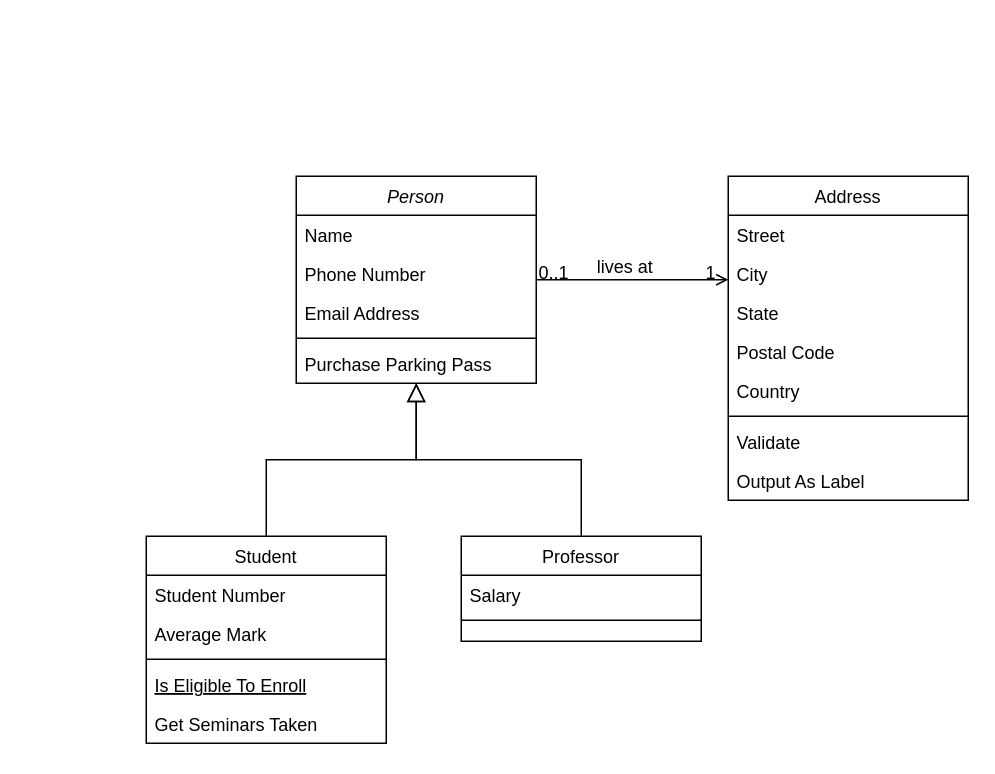
The draw.io diagram Diagramme sans nom.drawio in ItsTimonExe/BeyBey, before the edit. Source tidied: cells renumbered, new cells numbered last; positions are measured from the earlier drawing's top-left corner, leaving out a move shared by most shapes. Both pictures are drawn from the tidied source at 150%, with x=0, y=0 at pixel (146, 176).
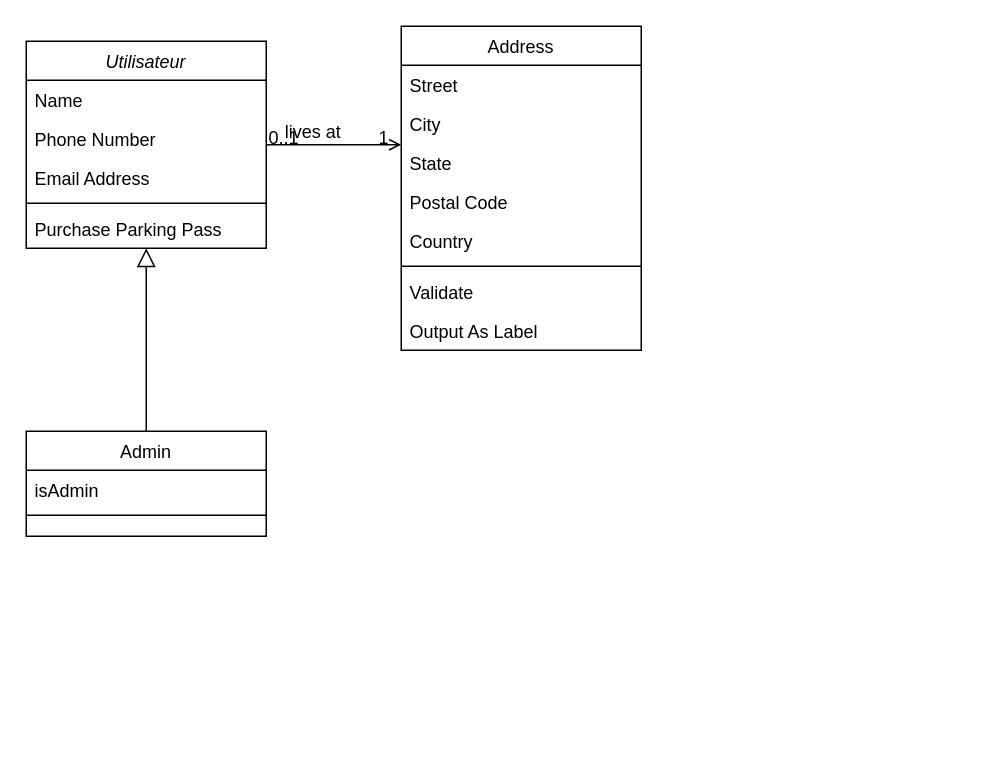
The same diagram, later.

Commit message:
Mettre à jour Diagramme sans nom.drawio

What changed in the source:
```diff
@@
-    <mxCell id="2" value="Person" style="swimlane;fontStyle=2;align=center;verticalAlign=top;horizontal=1;startSize=26;rounded=0;shadow=0;strokeWidth=1;" parent="1" vertex="1">
-      <mxGeometry x="100" width="160" height="138" as="geometry" />
+    <mxCell id="2" value="Utilisateur" style="swimlane;fontStyle=2;align=center;verticalAlign=top;horizontal=1;startSize=26;rounded=0;shadow=0;strokeWidth=1;" parent="1" vertex="1">
+      <mxGeometry x="-80" y="-90" width="160" height="138" as="geometry" />
     </mxCell>
@@
-    <mxCell id="8" value="Student" style="swimlane;fontStyle=0;align=center;verticalAlign=top;horizontal=1;startSize=26;rounded=0;shadow=0;strokeWidth=1;" parent="1" vertex="1">
-      <mxGeometry y="240" width="160" height="138" as="geometry" />
-    </mxCell>
-    <mxCell id="9" value="Student Number" style="text;align=left;verticalAlign=top;spacingLeft=4;spacingRight=4;overflow=hidden;" parent="8" vertex="1">
-      <mxGeometry y="26" width="160" height="26" as="geometry" />
-    </mxCell>
-    <mxCell id="10" value="Average Mark" style="text;align=left;verticalAlign=top;spacingLeft=4;spacingRight=4;overflow=hidden;rounded=0;shadow=0;html=0;" parent="8" vertex="1">
-      <mxGeometry y="52" width="160" height="26" as="geometry" />
-    </mxCell>
-    <mxCell id="11" style="line;html=1;strokeWidth=1;align=left;verticalAlign=middle;spacingTop=-1;spacingLeft=3;spacingRight=3;labelPosition=right;" parent="8" vertex="1">
-      <mxGeometry y="78" width="160" height="8" as="geometry" />
-    </mxCell>
-    <mxCell id="12" value="Is Eligible To Enroll" style="text;align=left;verticalAlign=top;spacingLeft=4;spacingRight=4;overflow=hidden;fontStyle=4;" parent="8" vertex="1">
-      <mxGeometry y="86" width="160" height="26" as="geometry" />
-    </mxCell>
-    <mxCell id="13" value="Get Seminars Taken" style="text;align=left;verticalAlign=top;spacingLeft=4;spacingRight=4;overflow=hidden;" parent="8" vertex="1">
-      <mxGeometry y="112" width="160" height="26" as="geometry" />
-    </mxCell>
-    <mxCell id="14" style="endArrow=block;endSize=10;endFill=0;shadow=0;strokeWidth=1;rounded=0;curved=0;edgeStyle=elbowEdgeStyle;elbow=vertical;" parent="1" edge="1" source="8" target="2">
-      <mxGeometry relative="1" as="geometry" />
-    </mxCell>
-    <mxCell id="15" value="Professor" style="swimlane;fontStyle=0;align=center;verticalAlign=top;horizontal=1;startSize=26;rounded=0;shadow=0;strokeWidth=1;" parent="1" vertex="1">
-      <mxGeometry x="210" y="240" width="160" height="70" as="geometry" />
+    <mxCell id="15" value="Admin" style="swimlane;fontStyle=0;align=center;verticalAlign=top;horizontal=1;startSize=26;rounded=0;shadow=0;strokeWidth=1;" parent="1" vertex="1">
+      <mxGeometry x="-80" y="170" width="160" height="70" as="geometry" />
     </mxCell>
-    <mxCell id="16" value="Salary" style="text;align=left;verticalAlign=top;spacingLeft=4;spacingRight=4;overflow=hidden;" parent="15" vertex="1">
+    <mxCell id="16" value="isAdmin" style="text;align=left;verticalAlign=top;spacingLeft=4;spacingRight=4;overflow=hidden;" parent="15" vertex="1">
       <mxGeometry y="26" width="160" height="26" as="geometry" />
     </mxCell>
@@
     <mxCell id="19" value="Address" style="swimlane;fontStyle=0;align=center;verticalAlign=top;horizontal=1;startSize=26;rounded=0;shadow=0;strokeWidth=1;" parent="1" vertex="1">
-      <mxGeometry x="388" width="160" height="216" as="geometry" />
+      <mxGeometry x="170" y="-100" width="160" height="216" as="geometry" />
     </mxCell>
```
